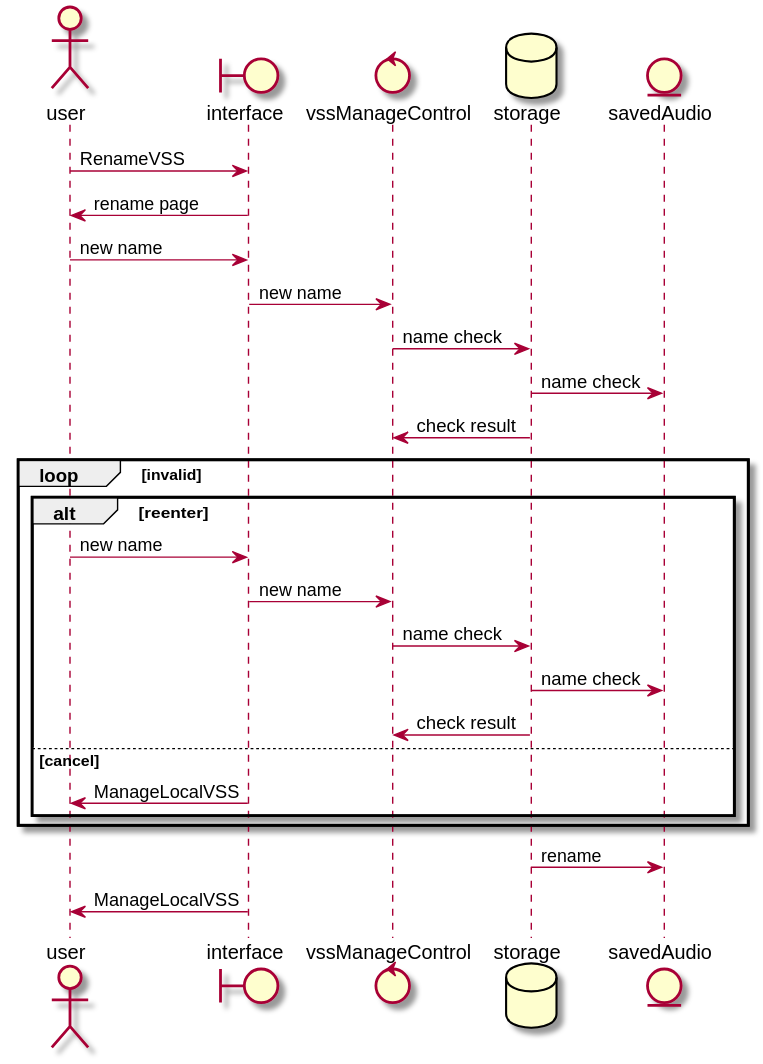
This is 需求定义和分析/SeqDiagram/renamevss.svg from kpp19920121/doc, a PlantUML export, as it was before one commit.
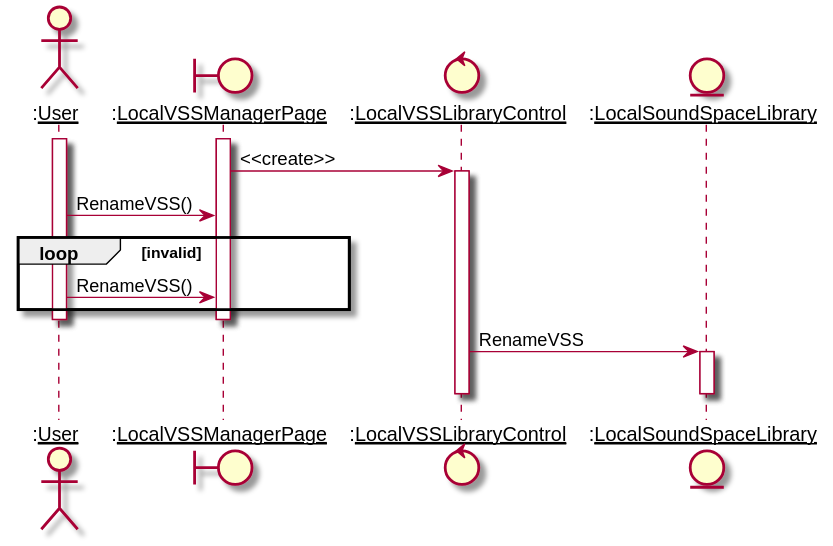
The same file after the commit.

The edit, as a diff of the source:
```diff
@@ -1,30 +1,21 @@
 @startuml
-actor user
-boundary interface
-control vssManageControl
-database storage
-entity savedAudio
+actor ":__User__" as User
+boundary ":__LocalVSSManagerPage__" as LocalVSSManagerPage
+control ":__LocalVSSLibraryControl__" as LocalVSSLibraryControl
+entity ":__LocalSoundSpaceLibrary__" as LocalSoundSpaceLibrary
 
-user -> interface: RenameVSS
-interface -> user: rename page
-user -> interface: new name
-interface -> vssManageControl: new name
-vssManageControl -> storage: name check
-storage -> savedAudio: name check
-storage -> vssManageControl: check result
-
+activate User
+activate LocalVSSManagerPage
+LocalVSSManagerPage -> LocalVSSLibraryControl: <<create>>
+activate LocalVSSLibraryControl
+User -> LocalVSSManagerPage: RenameVSS()
 loop invalid
-    alt reenter
-        user -> interface: new name
-        interface -> vssManageControl: new name
-        vssManageControl -> storage: name check
-        storage -> savedAudio: name check
-        storage -> vssManageControl: check result
-    else cancel
-        interface -> user: ManageLocalVSS
-    end
+    User -> LocalVSSManagerPage: RenameVSS()
 end
-
-storage -> savedAudio: rename
-interface -> user: ManageLocalVSS
+deactivate User
+deactivate LocalVSSManagerPage
+LocalVSSLibraryControl -> LocalSoundSpaceLibrary: RenameVSS
+activate LocalSoundSpaceLibrary
+deactivate LocalSoundSpaceLibrary
+deactivate LocalVSSLibraryControl
 @enduml
```
